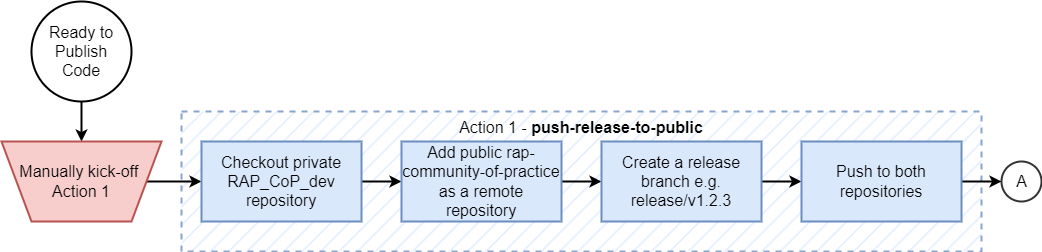
The draw.io diagram .github/workflows/imgs/flowchart-action-1.png in NHSDigital/rap-community-of-practice, before a commit. Source tidied: cells renumbered, new cells last; positions are measured from the earlier drawing's top-left corner, leaving out a move shared by most shapes. The source it was exported from:
```xml
<mxGraphModel>
  <root>
    <mxCell id="0" />
    <mxCell id="1" parent="0" />
    <mxCell id="2" value="Action 1 - &lt;b&gt;push-release-to-public&lt;/b&gt;" style="rounded=0;whiteSpace=wrap;html=1;strokeWidth=2;fontSize=16;fillColor=#dae8fc;strokeColor=#6c8ebf;dashed=1;opacity=80;verticalAlign=top;fillStyle=hatch;" parent="1" vertex="1">
      <mxGeometry x="180" y="110" width="800" height="140" as="geometry" />
    </mxCell>
    <mxCell id="3" style="edgeStyle=orthogonalEdgeStyle;rounded=1;jettySize=auto;html=1;labelBorderColor=none;strokeWidth=2;fontSize=13;endArrow=classic;endFill=1;endSize=6;" parent="1" edge="1" source="4" target="6">
      <mxGeometry relative="1" as="geometry" />
    </mxCell>
    <mxCell id="4" value="Ready to Publish Code" style="strokeWidth=2;html=1;shape=mxgraph.flowchart.start_2;whiteSpace=wrap;fontSize=16;fillColor=default;gradientColor=none;spacing=4;" parent="1" vertex="1">
      <mxGeometry x="30" width="100" height="100" as="geometry" />
    </mxCell>
    <mxCell id="5" style="edgeStyle=orthogonalEdgeStyle;rounded=1;jettySize=auto;html=1;labelBorderColor=none;strokeWidth=2;fontSize=13;endArrow=classic;endFill=1;endSize=6;" parent="1" edge="1" source="6">
      <mxGeometry relative="1" as="geometry">
        <mxPoint x="200" y="180" as="targetPoint" />
      </mxGeometry>
    </mxCell>
    <mxCell id="6" value="Manually kick-off &lt;br&gt;Action 1" style="verticalLabelPosition=middle;verticalAlign=middle;html=1;shape=trapezoid;perimeter=trapezoidPerimeter;whiteSpace=wrap;size=0.1875;arcSize=10;flipV=1;labelPosition=center;align=center;strokeWidth=2;fontSize=16;fillColor=#f8cecc;strokeColor=#b85450;" parent="1" vertex="1">
      <mxGeometry y="140" width="160" height="80" as="geometry" />
    </mxCell>
    <mxCell id="7" style="edgeStyle=orthogonalEdgeStyle;rounded=1;jettySize=auto;html=1;exitX=1;exitY=0.5;exitDx=0;exitDy=0;labelBorderColor=none;strokeWidth=2;fontSize=16;endArrow=classic;endFill=1;endSize=6;entryX=0;entryY=0.5;entryDx=0;entryDy=0;entryPerimeter=0;" parent="1" edge="1" target="8">
      <mxGeometry relative="1" as="geometry">
        <mxPoint x="960" y="180" as="sourcePoint" />
      </mxGeometry>
    </mxCell>
    <mxCell id="8" value="A" style="verticalLabelPosition=middle;verticalAlign=middle;html=1;shape=mxgraph.flowchart.on-page_reference;strokeWidth=2;fontSize=16;fillColor=default;gradientColor=none;opacity=80;labelPosition=center;align=center;" parent="1" vertex="1">
      <mxGeometry x="1000" y="160" width="40" height="40" as="geometry" />
    </mxCell>
    <mxCell id="9" style="edgeStyle=orthogonalEdgeStyle;rounded=1;jettySize=auto;html=1;labelBorderColor=none;strokeWidth=2;fontSize=16;endArrow=classic;endFill=1;endSize=6;" parent="1" edge="1" source="10" target="12">
      <mxGeometry relative="1" as="geometry" />
    </mxCell>
    <mxCell id="10" value="Checkout private RAP_CoP_dev repository" style="whiteSpace=wrap;html=1;fontSize=16;arcSize=10;strokeWidth=2;fillColor=#dae8fc;strokeColor=#6c8ebf;" parent="1" vertex="1">
      <mxGeometry x="200" y="140" width="160" height="80" as="geometry" />
    </mxCell>
    <mxCell id="11" style="edgeStyle=orthogonalEdgeStyle;rounded=1;jettySize=auto;html=1;labelBorderColor=none;strokeWidth=2;fontSize=16;endArrow=classic;endFill=1;endSize=6;" parent="1" edge="1" source="12" target="14">
      <mxGeometry relative="1" as="geometry" />
    </mxCell>
    <mxCell id="12" value="Add public&amp;nbsp;&lt;span style=&quot;text-align: left;&quot;&gt;rap-community-of-practice as a remote repository&lt;/span&gt;" style="whiteSpace=wrap;html=1;fontSize=16;arcSize=10;strokeWidth=2;fillColor=#dae8fc;strokeColor=#6c8ebf;" parent="1" vertex="1">
      <mxGeometry x="400" y="140" width="160" height="80" as="geometry" />
    </mxCell>
    <mxCell id="13" style="edgeStyle=orthogonalEdgeStyle;rounded=1;jettySize=auto;html=1;labelBorderColor=none;strokeWidth=2;fontSize=16;endArrow=classic;endFill=1;endSize=6;" parent="1" edge="1" source="14" target="15">
      <mxGeometry relative="1" as="geometry" />
    </mxCell>
    <mxCell id="14" value="Create a release branch e.g. release/v1.2.3" style="whiteSpace=wrap;html=1;fontSize=16;arcSize=10;strokeWidth=2;spacing=4;fillColor=#dae8fc;strokeColor=#6c8ebf;" parent="1" vertex="1">
      <mxGeometry x="600" y="140" width="160" height="80" as="geometry" />
    </mxCell>
    <mxCell id="15" value="Push to both repositories" style="whiteSpace=wrap;html=1;fontSize=16;arcSize=10;strokeWidth=2;fillColor=#dae8fc;strokeColor=#6c8ebf;" parent="1" vertex="1">
      <mxGeometry x="800" y="140" width="160" height="80" as="geometry" />
    </mxCell>
  </root>
</mxGraphModel>
```
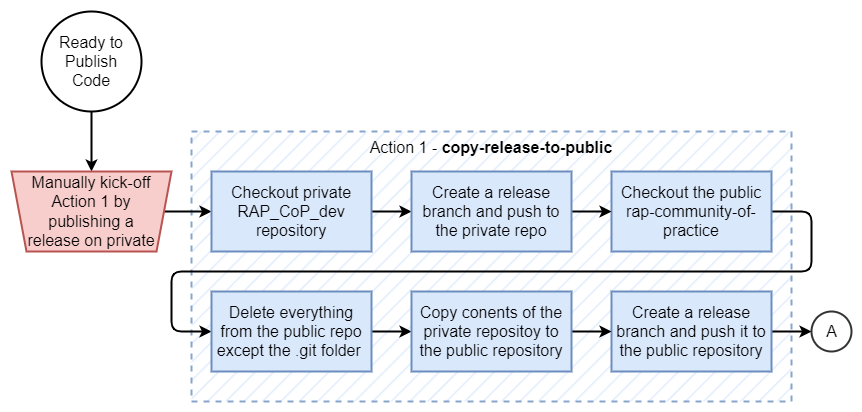
The same diagram one commit later.

What changed in the source:
```diff
@@ -2,51 +2,66 @@
   <root>
     <mxCell id="0" />
     <mxCell id="1" parent="0" />
-    <mxCell id="2" value="Action 1 - &lt;b&gt;push-release-to-public&lt;/b&gt;" style="rounded=0;whiteSpace=wrap;html=1;strokeWidth=2;fontSize=16;fillColor=#dae8fc;strokeColor=#6c8ebf;dashed=1;opacity=80;verticalAlign=top;fillStyle=hatch;" parent="1" vertex="1">
-      <mxGeometry x="180" y="110" width="800" height="140" as="geometry" />
-    </mxCell>
-    <mxCell id="3" style="edgeStyle=orthogonalEdgeStyle;rounded=1;jettySize=auto;html=1;labelBorderColor=none;strokeWidth=2;fontSize=13;endArrow=classic;endFill=1;endSize=6;" parent="1" edge="1" source="4" target="6">
-      <mxGeometry relative="1" as="geometry" />
-    </mxCell>
+    <mxCell id="8" value="A" style="verticalLabelPosition=middle;verticalAlign=middle;html=1;shape=mxgraph.flowchart.on-page_reference;strokeWidth=2;fontSize=16;fillColor=default;gradientColor=none;opacity=80;labelPosition=center;align=center;" parent="1" vertex="1">
+      <mxGeometry x="1000" width="40" height="40" as="geometry" />
+    </mxCell>
+    <mxCell id="16" value="Action 1 - &lt;b&gt;copy-release-to-public&lt;/b&gt;" style="rounded=0;whiteSpace=wrap;html=1;strokeWidth=2;fontSize=16;fillColor=#dae8fc;strokeColor=#6c8ebf;dashed=1;opacity=80;verticalAlign=top;fillStyle=hatch;" parent="1" vertex="1">
+      <mxGeometry x="380" y="-180" width="600" height="270" as="geometry" />
+    </mxCell>
+    <mxCell id="17" style="edgeStyle=orthogonalEdgeStyle;rounded=1;jettySize=auto;html=1;labelBorderColor=none;strokeWidth=2;fontSize=13;endArrow=classic;endFill=1;endSize=6;" parent="1" edge="1" source="4" target="19">
+      <mxGeometry relative="1" as="geometry" />
+    </mxCell>
     <mxCell id="4" value="Ready to Publish Code" style="strokeWidth=2;html=1;shape=mxgraph.flowchart.start_2;whiteSpace=wrap;fontSize=16;fillColor=default;gradientColor=none;spacing=4;" parent="1" vertex="1">
-      <mxGeometry x="30" width="100" height="100" as="geometry" />
+      <mxGeometry x="230" y="-300" width="100" height="100" as="geometry" />
     </mxCell>
-    <mxCell id="5" style="edgeStyle=orthogonalEdgeStyle;rounded=1;jettySize=auto;html=1;labelBorderColor=none;strokeWidth=2;fontSize=13;endArrow=classic;endFill=1;endSize=6;" parent="1" edge="1" source="6">
-      <mxGeometry relative="1" as="geometry">
-        <mxPoint x="200" y="180" as="targetPoint" />
-      </mxGeometry>
-    </mxCell>
-    <mxCell id="6" value="Manually kick-off &lt;br&gt;Action 1" style="verticalLabelPosition=middle;verticalAlign=middle;html=1;shape=trapezoid;perimeter=trapezoidPerimeter;whiteSpace=wrap;size=0.1875;arcSize=10;flipV=1;labelPosition=center;align=center;strokeWidth=2;fontSize=16;fillColor=#f8cecc;strokeColor=#b85450;" parent="1" vertex="1">
-      <mxGeometry y="140" width="160" height="80" as="geometry" />
-    </mxCell>
-    <mxCell id="7" style="edgeStyle=orthogonalEdgeStyle;rounded=1;jettySize=auto;html=1;exitX=1;exitY=0.5;exitDx=0;exitDy=0;labelBorderColor=none;strokeWidth=2;fontSize=16;endArrow=classic;endFill=1;endSize=6;entryX=0;entryY=0.5;entryDx=0;entryDy=0;entryPerimeter=0;" parent="1" edge="1" target="8">
-      <mxGeometry relative="1" as="geometry">
-        <mxPoint x="960" y="180" as="sourcePoint" />
-      </mxGeometry>
-    </mxCell>
-    <mxCell id="8" value="A" style="verticalLabelPosition=middle;verticalAlign=middle;html=1;shape=mxgraph.flowchart.on-page_reference;strokeWidth=2;fontSize=16;fillColor=default;gradientColor=none;opacity=80;labelPosition=center;align=center;" parent="1" vertex="1">
-      <mxGeometry x="1000" y="160" width="40" height="40" as="geometry" />
-    </mxCell>
-    <mxCell id="9" style="edgeStyle=orthogonalEdgeStyle;rounded=1;jettySize=auto;html=1;labelBorderColor=none;strokeWidth=2;fontSize=16;endArrow=classic;endFill=1;endSize=6;" parent="1" edge="1" source="10" target="12">
-      <mxGeometry relative="1" as="geometry" />
-    </mxCell>
+    <mxCell id="18" style="edgeStyle=orthogonalEdgeStyle;rounded=0;jettySize=auto;html=1;exitX=1;exitY=0.5;exitDx=0;exitDy=0;entryX=0;entryY=0.5;entryDx=0;entryDy=0;strokeWidth=2;" parent="1" edge="1" source="19" target="10">
+      <mxGeometry relative="1" as="geometry" />
+    </mxCell>
+    <mxCell id="19" value="Manually kick-off &lt;br&gt;Action 1 by publishing a release on private" style="verticalLabelPosition=middle;verticalAlign=middle;html=1;shape=trapezoid;perimeter=trapezoidPerimeter;whiteSpace=wrap;size=0.09375;arcSize=10;flipV=1;labelPosition=center;align=center;strokeWidth=2;fontSize=16;fillColor=#f8cecc;strokeColor=#b85450;spacing=2;spacingLeft=15;spacingRight=15;" parent="1" vertex="1">
+      <mxGeometry x="200" y="-140" width="160" height="80" as="geometry" />
+    </mxCell>
+    <mxCell id="20" style="edgeStyle=orthogonalEdgeStyle;rounded=1;jettySize=auto;html=1;exitX=1;exitY=0.5;exitDx=0;exitDy=0;entryX=0;entryY=0.5;entryDx=0;entryDy=0;strokeWidth=2;" parent="1" edge="1" source="21" target="23">
+      <mxGeometry relative="1" as="geometry">
+        <Array as="points">
+          <mxPoint x="1000" y="-100" />
+          <mxPoint x="1000" y="-40" />
+          <mxPoint x="360" y="-40" />
+          <mxPoint x="360" y="20" />
+        </Array>
+      </mxGeometry>
+    </mxCell>
+    <mxCell id="21" value="Checkout the public rap-community-of-practice" style="whiteSpace=wrap;html=1;fontSize=16;arcSize=10;strokeWidth=2;fillColor=#dae8fc;strokeColor=#6c8ebf;" parent="1" vertex="1">
+      <mxGeometry x="800" y="-140" width="160" height="80" as="geometry" />
+    </mxCell>
+    <mxCell id="22" style="edgeStyle=orthogonalEdgeStyle;rounded=1;jettySize=auto;html=1;exitX=1;exitY=0.5;exitDx=0;exitDy=0;entryX=0;entryY=0.5;entryDx=0;entryDy=0;strokeWidth=2;" parent="1" edge="1" source="23" target="30">
+      <mxGeometry relative="1" as="geometry" />
+    </mxCell>
+    <mxCell id="23" value="Delete everything from the public repo except the .git folder&amp;nbsp;" style="whiteSpace=wrap;html=1;fontSize=16;arcSize=10;strokeWidth=2;fillColor=#dae8fc;strokeColor=#6c8ebf;" parent="1" vertex="1">
+      <mxGeometry x="400" y="-20" width="160" height="80" as="geometry" />
+    </mxCell>
+    <mxCell id="24" style="edgeStyle=orthogonalEdgeStyle;rounded=0;jettySize=auto;html=1;exitX=1;exitY=0.5;exitDx=0;exitDy=0;entryX=0;entryY=0.5;entryDx=0;entryDy=0;entryPerimeter=0;strokeWidth=2;" parent="1" edge="1" source="25" target="8">
+      <mxGeometry relative="1" as="geometry" />
+    </mxCell>
+    <mxCell id="25" value="Create a release branch and push it to the public repository" style="whiteSpace=wrap;html=1;fontSize=16;arcSize=10;strokeWidth=2;spacing=4;fillColor=#dae8fc;strokeColor=#6c8ebf;" parent="1" vertex="1">
+      <mxGeometry x="800" y="-20" width="160" height="80" as="geometry" />
+    </mxCell>
+    <mxCell id="26" style="edgeStyle=orthogonalEdgeStyle;rounded=1;jettySize=auto;html=1;exitX=1;exitY=0.5;exitDx=0;exitDy=0;entryX=0;entryY=0.5;entryDx=0;entryDy=0;strokeWidth=2;" parent="1" edge="1" source="10" target="28">
+      <mxGeometry relative="1" as="geometry" />
+    </mxCell>
     <mxCell id="10" value="Checkout private RAP_CoP_dev repository" style="whiteSpace=wrap;html=1;fontSize=16;arcSize=10;strokeWidth=2;fillColor=#dae8fc;strokeColor=#6c8ebf;" parent="1" vertex="1">
-      <mxGeometry x="200" y="140" width="160" height="80" as="geometry" />
+      <mxGeometry x="400" y="-140" width="160" height="80" as="geometry" />
     </mxCell>
-    <mxCell id="11" style="edgeStyle=orthogonalEdgeStyle;rounded=1;jettySize=auto;html=1;labelBorderColor=none;strokeWidth=2;fontSize=16;endArrow=classic;endFill=1;endSize=6;" parent="1" edge="1" source="12" target="14">
-      <mxGeometry relative="1" as="geometry" />
-    </mxCell>
-    <mxCell id="12" value="Add public&amp;nbsp;&lt;span style=&quot;text-align: left;&quot;&gt;rap-community-of-practice as a remote repository&lt;/span&gt;" style="whiteSpace=wrap;html=1;fontSize=16;arcSize=10;strokeWidth=2;fillColor=#dae8fc;strokeColor=#6c8ebf;" parent="1" vertex="1">
-      <mxGeometry x="400" y="140" width="160" height="80" as="geometry" />
-    </mxCell>
-    <mxCell id="13" style="edgeStyle=orthogonalEdgeStyle;rounded=1;jettySize=auto;html=1;labelBorderColor=none;strokeWidth=2;fontSize=16;endArrow=classic;endFill=1;endSize=6;" parent="1" edge="1" source="14" target="15">
-      <mxGeometry relative="1" as="geometry" />
-    </mxCell>
-    <mxCell id="14" value="Create a release branch e.g. release/v1.2.3" style="whiteSpace=wrap;html=1;fontSize=16;arcSize=10;strokeWidth=2;spacing=4;fillColor=#dae8fc;strokeColor=#6c8ebf;" parent="1" vertex="1">
-      <mxGeometry x="600" y="140" width="160" height="80" as="geometry" />
-    </mxCell>
-    <mxCell id="15" value="Push to both repositories" style="whiteSpace=wrap;html=1;fontSize=16;arcSize=10;strokeWidth=2;fillColor=#dae8fc;strokeColor=#6c8ebf;" parent="1" vertex="1">
-      <mxGeometry x="800" y="140" width="160" height="80" as="geometry" />
-    </mxCell>
+    <mxCell id="27" style="edgeStyle=orthogonalEdgeStyle;rounded=1;jettySize=auto;html=1;exitX=1;exitY=0.5;exitDx=0;exitDy=0;entryX=0;entryY=0.5;entryDx=0;entryDy=0;strokeWidth=2;" parent="1" edge="1" source="28" target="21">
+      <mxGeometry relative="1" as="geometry" />
+    </mxCell>
+    <mxCell id="28" value="Create a release branch and push to the private repo" style="whiteSpace=wrap;html=1;fontSize=16;arcSize=10;strokeWidth=2;spacing=4;fillColor=#dae8fc;strokeColor=#6c8ebf;" parent="1" vertex="1">
+      <mxGeometry x="600" y="-140" width="160" height="80" as="geometry" />
+    </mxCell>
+    <mxCell id="29" style="edgeStyle=orthogonalEdgeStyle;rounded=1;jettySize=auto;html=1;exitX=1;exitY=0.5;exitDx=0;exitDy=0;entryX=0;entryY=0.5;entryDx=0;entryDy=0;strokeWidth=2;" parent="1" edge="1" source="30" target="25">
+      <mxGeometry relative="1" as="geometry" />
+    </mxCell>
+    <mxCell id="30" value="Copy conents of the private repositoy to the public repository" style="whiteSpace=wrap;html=1;fontSize=16;arcSize=10;strokeWidth=2;fillColor=#dae8fc;strokeColor=#6c8ebf;" parent="1" vertex="1">
+      <mxGeometry x="600" y="-20" width="160" height="80" as="geometry" />
+    </mxCell>
   </root>
 </mxGraphModel>
```
